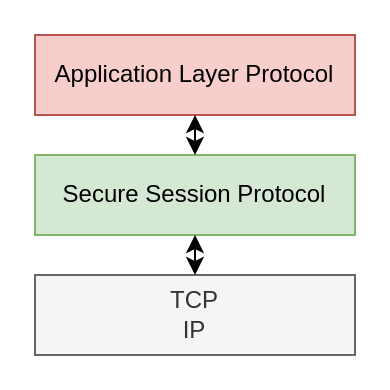
Earlier version of the draw.io diagram doc/img/protocol.drawio (giomba/cybersec-proj). Source tidied: cells renumbered, new cells numbered last; positions are measured from the earlier drawing's top-left corner, leaving out a move shared by most shapes. Both pictures are drawn from the tidied source at 200%, with x=0, y=0 at pixel (34, 34).
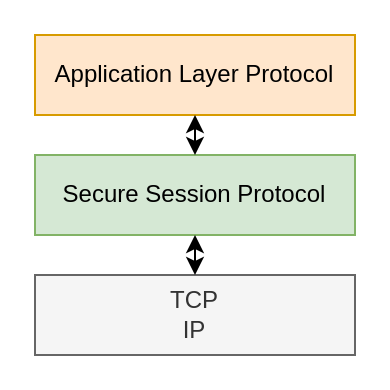
Above is the later version.

Commit message (it also covers changes not shown here):
[doc] fixed block images background colors

The edit, as a diff of the source:
```diff
@@
 <mxGraphModel>
   <root>
     <mxCell id="0" />
     <mxCell id="1" parent="0" />
-    <mxCell id="2" value="Application Layer Protocol" style="rounded=0;whiteSpace=wrap;html=1;fillColor=#f8cecc;strokeColor=#b85450;" parent="1" vertex="1">
+    <mxCell id="2" value="Application Layer Protocol" style="rounded=0;whiteSpace=wrap;html=1;fillColor=#ffe6cc;strokeColor=#d79b00;" parent="1" vertex="1">
       <mxGeometry width="160" height="40" as="geometry" />
     </mxCell>
     <mxCell id="3" value="Secure Session Protocol" style="rounded=0;whiteSpace=wrap;html=1;fillColor=#d5e8d4;strokeColor=#82b366;" parent="1" vertex="1">
       <mxGeometry y="60" width="160" height="40" as="geometry" />
     </mxCell>
     <mxCell id="4" value="TCP&lt;br&gt;IP&lt;br&gt;" style="rounded=0;whiteSpace=wrap;html=1;fillColor=#f5f5f5;strokeColor=#666666;fontColor=#333333;" parent="1" vertex="1">
       <mxGeometry y="120" width="160" height="40" as="geometry" />
     </mxCell>
     <mxCell id="5" style="endArrow=classic;startArrow=classic;html=1;entryX=0.5;entryY=1;entryDx=0;entryDy=0;exitX=0.5;exitY=0;exitDx=0;exitDy=0;" parent="1" edge="1" source="3" target="2">
       <mxGeometry relative="1" as="geometry" />
     </mxCell>
     <mxCell id="6" style="endArrow=classic;startArrow=classic;html=1;entryX=0.5;entryY=1;entryDx=0;entryDy=0;exitX=0.5;exitY=0;exitDx=0;exitDy=0;" parent="1" edge="1" source="4" target="3">
       <mxGeometry relative="1" as="geometry" />
     </mxCell>
   </root>
 </mxGraphModel>
```
